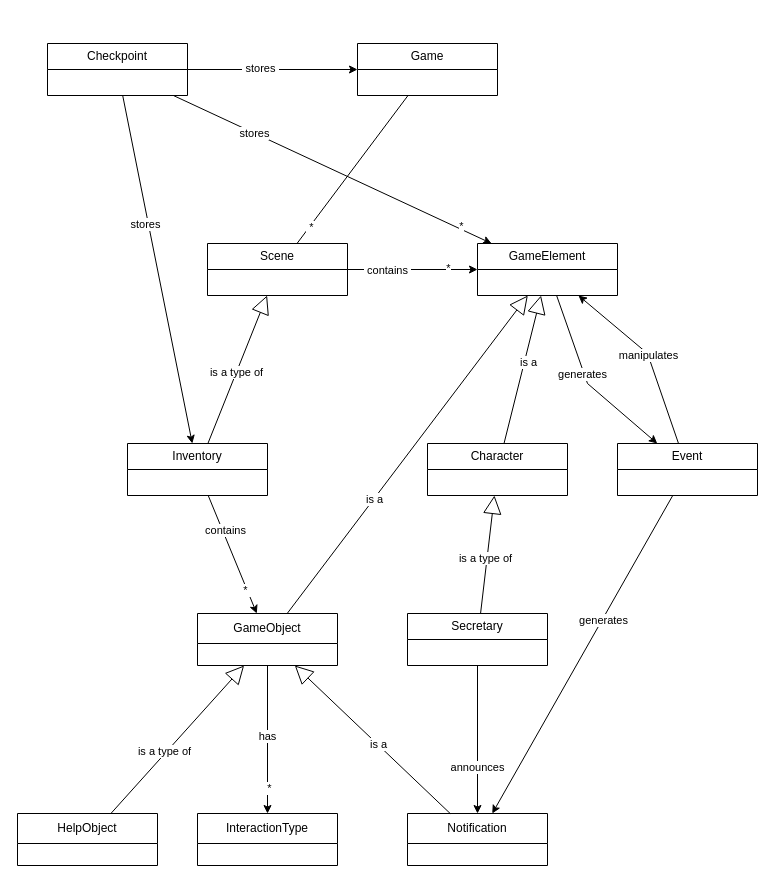
This is page "Domain Model" (1 of 6) of domain-model.drawio from Jesper-R/PA1460, a draw.io file, before an edit. Source tidied: cells renumbered, new cells numbered last; positions are measured from the earlier drawing's top-left corner, leaving out a move shared by most shapes. Both pictures are drawn from the tidied source at 100%, with x=0, y=0 at pixel (17, 43).
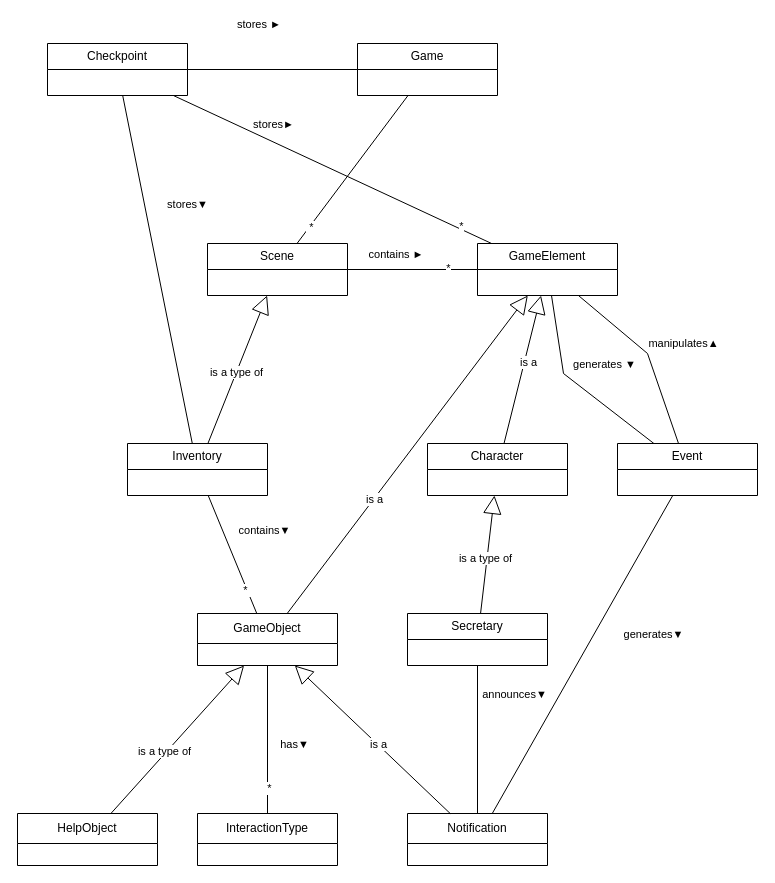
Above is the later version.

The change refers to these unchanged cells:
```xml
<mxCell id="9" value="Checkpoint" style="swimlane;fontStyle=0;horizontal=1;startSize=26;fillColor=none;whiteSpace=wrap;html=1;" parent="1" vertex="1">
  <mxGeometry x="30" width="140" height="52" as="geometry" />
</mxCell>
<mxCell id="10" value="Game" style="swimlane;fontStyle=0;horizontal=1;startSize=26;fillColor=none;whiteSpace=wrap;html=1;" parent="1" vertex="1">
  <mxGeometry x="340" width="140" height="52" as="geometry" />
</mxCell>
<mxCell id="14" value="Scene" style="swimlane;fontStyle=0;horizontal=1;startSize=26;fillColor=none;whiteSpace=wrap;html=1;" parent="1" vertex="1">
  <mxGeometry x="190" y="200" width="140" height="52" as="geometry" />
</mxCell>
<mxCell id="17" value="GameElement" style="swimlane;fontStyle=0;horizontal=1;startSize=26;fillColor=none;whiteSpace=wrap;html=1;" parent="1" vertex="1">
  <mxGeometry x="460" y="200" width="140" height="52" as="geometry" />
</mxCell>
<mxCell id="21" value="Event" style="swimlane;fontStyle=0;horizontal=1;startSize=26;fillColor=none;whiteSpace=wrap;html=1;" parent="1" vertex="1">
  <mxGeometry x="600" y="400" width="140" height="52" as="geometry" />
</mxCell>
<mxCell id="26" value="Inventory" style="swimlane;fontStyle=0;horizontal=1;startSize=26;fillColor=none;whiteSpace=wrap;html=1;" parent="1" vertex="1">
  <mxGeometry x="110" y="400" width="140" height="52" as="geometry" />
</mxCell>
<mxCell id="29" value="Secretary" style="swimlane;fontStyle=0;horizontal=1;startSize=26;fillColor=none;whiteSpace=wrap;html=1;" parent="1" vertex="1">
  <mxGeometry x="390" y="570" width="140" height="52" as="geometry" />
</mxCell>
<mxCell id="33" value="GameObject" style="swimlane;fontStyle=0;horizontal=1;startSize=30;fillColor=none;whiteSpace=wrap;html=1;" parent="1" vertex="1">
  <mxGeometry x="180" y="570" width="140" height="52" as="geometry" />
</mxCell>
<mxCell id="35" value="InteractionType" style="swimlane;fontStyle=0;horizontal=1;startSize=30;fillColor=none;whiteSpace=wrap;html=1;" parent="1" vertex="1">
  <mxGeometry x="180" y="770" width="140" height="52" as="geometry" />
</mxCell>
<mxCell id="36" value="Notification" style="swimlane;fontStyle=0;horizontal=1;startSize=30;fillColor=none;whiteSpace=wrap;html=1;" parent="1" vertex="1">
  <mxGeometry x="390" y="770" width="140" height="52" as="geometry" />
</mxCell>
```

The edit, as a diff of the source:
```diff
@@
-    <mxCell id="2" style="rounded=0;jettySize=auto;html=1;" parent="1" edge="1" source="9" target="17">
+    <mxCell id="2" style="rounded=0;jettySize=auto;html=1;endArrow=none;startFill=0;" parent="1" edge="1" source="9" target="17">
       <mxGeometry relative="1" as="geometry" />
     </mxCell>
@@
-    <mxCell id="4" value="stores" style="edgeLabel;html=1;align=center;verticalAlign=middle;" parent="2" vertex="1">
+    <mxCell id="4" value="stores►" style="edgeLabel;html=1;align=center;verticalAlign=middle;" parent="2" vertex="1">
       <mxGeometry x="-0.5" relative="1" as="geometry">
-        <mxPoint x="1" as="offset" />
+        <mxPoint x="20" y="-9" as="offset" />
       </mxGeometry>
     </mxCell>
-    <mxCell id="5" style="rounded=0;jettySize=auto;html=1;" parent="1" edge="1" source="9" target="26">
+    <mxCell id="5" style="rounded=0;jettySize=auto;html=1;endArrow=none;startFill=0;" parent="1" edge="1" source="9" target="26">
       <mxGeometry relative="1" as="geometry" />
     </mxCell>
-    <mxCell id="6" value="stores" style="edgeLabel;html=1;align=center;verticalAlign=middle;" parent="5" vertex="1">
-      <mxGeometry x="-0.27" y="-3" relative="1" as="geometry" />
+    <mxCell id="6" value="stores▼" style="edgeLabel;html=1;align=center;verticalAlign=middle;" parent="5" vertex="1">
+      <mxGeometry x="-0.27" y="-3" relative="1" as="geometry">
+        <mxPoint x="42" y="-20" as="offset" />
+      </mxGeometry>
     </mxCell>
-    <mxCell id="7" style="edgeStyle=orthogonalEdgeStyle;rounded=0;jettySize=auto;html=1;" parent="1" edge="1" source="9" target="10">
+    <mxCell id="7" style="edgeStyle=orthogonalEdgeStyle;rounded=0;jettySize=auto;html=1;endArrow=none;startFill=0;" parent="1" edge="1" source="9" target="10">
       <mxGeometry relative="1" as="geometry" />
     </mxCell>
-    <mxCell id="8" value="&amp;nbsp;stores&amp;nbsp;" style="edgeLabel;html=1;align=center;verticalAlign=middle;" parent="7" vertex="1">
-      <mxGeometry x="-0.15" y="2" relative="1" as="geometry" />
+    <mxCell id="8" value="stores&amp;nbsp;►&amp;nbsp;" style="edgeLabel;html=1;align=center;verticalAlign=middle;" parent="7" vertex="1">
+      <mxGeometry x="-0.15" y="2" relative="1" as="geometry">
+        <mxPoint y="-44" as="offset" />
+      </mxGeometry>
     </mxCell>
@@
-    <mxCell id="11" style="edgeStyle=orthogonalEdgeStyle;rounded=0;jettySize=auto;html=1;" parent="1" edge="1" source="14" target="17">
+    <mxCell id="11" style="edgeStyle=orthogonalEdgeStyle;rounded=0;jettySize=auto;html=1;endArrow=none;startFill=0;" parent="1" edge="1" source="14" target="17">
       <mxGeometry relative="1" as="geometry" />
     </mxCell>
@@
-    <mxCell id="13" value="&amp;nbsp;contains&amp;nbsp;" style="edgeLabel;html=1;align=center;verticalAlign=middle;" parent="11" vertex="1">
-      <mxGeometry x="-0.4" relative="1" as="geometry" />
+    <mxCell id="13" value="&amp;nbsp;contains&amp;nbsp;►" style="edgeLabel;html=1;align=center;verticalAlign=middle;" parent="11" vertex="1">
+      <mxGeometry x="-0.4" relative="1" as="geometry">
+        <mxPoint x="7" y="-16" as="offset" />
+      </mxGeometry>
     </mxCell>
@@
-    <mxCell id="15" style="rounded=0;jettySize=auto;html=1;" parent="1" edge="1" source="17" target="21">
+    <mxCell id="15" style="rounded=0;jettySize=auto;html=1;endArrow=none;startFill=0;" parent="1" edge="1" source="17" target="21">
       <mxGeometry relative="1" as="geometry">
         <Array as="points">
-          <mxPoint x="570" y="340" />
+          <mxPoint x="546" y="330" />
         </Array>
       </mxGeometry>
     </mxCell>
-    <mxCell id="16" value="generates" style="edgeLabel;html=1;align=center;verticalAlign=middle;" parent="15" vertex="1">
-      <mxGeometry x="-0.1" y="-2" relative="1" as="geometry" />
+    <mxCell id="16" value="generates&amp;nbsp;▼" style="edgeLabel;html=1;align=center;verticalAlign=middle;" parent="15" vertex="1">
+      <mxGeometry x="-0.1" y="-2" relative="1" as="geometry">
+        <mxPoint x="35" y="-16" as="offset" />
+      </mxGeometry>
     </mxCell>
@@
-    <mxCell id="18" style="rounded=0;jettySize=auto;html=1;" parent="1" edge="1" source="21" target="36">
+    <mxCell id="18" style="rounded=0;jettySize=auto;html=1;endArrow=none;startFill=0;" parent="1" edge="1" source="21" target="36">
       <mxGeometry relative="1" as="geometry" />
     </mxCell>
-    <mxCell id="19" value="generates" style="edgeLabel;html=1;align=center;verticalAlign=middle;" parent="18" vertex="1">
-      <mxGeometry x="-0.22" y="1" relative="1" as="geometry" />
+    <mxCell id="19" value="generates▼" style="edgeLabel;html=1;align=center;verticalAlign=middle;" parent="18" vertex="1">
+      <mxGeometry x="-0.22" y="1" relative="1" as="geometry">
+        <mxPoint x="50" y="14" as="offset" />
+      </mxGeometry>
     </mxCell>
-    <mxCell id="20" value="manipulates" style="rounded=0;jettySize=auto;html=1;" parent="1" edge="1" source="21" target="17">
-      <mxGeometry relative="1" as="geometry">
+    <mxCell id="20" value="manipulates▲" style="rounded=0;jettySize=auto;html=1;endArrow=none;startFill=0;" parent="1" edge="1" source="21" target="17">
+      <mxGeometry y="-37" relative="1" as="geometry">
         <Array as="points">
           <mxPoint x="630" y="310" />
         </Array>
       </mxGeometry>
     </mxCell>
@@
-    <mxCell id="23" style="rounded=0;jettySize=auto;html=1;" parent="1" edge="1" source="26" target="33">
+    <mxCell id="23" style="rounded=0;jettySize=auto;html=1;endArrow=none;startFill=0;" parent="1" edge="1" source="26" target="33">
       <mxGeometry relative="1" as="geometry" />
     </mxCell>
@@
-    <mxCell id="25" value="contains" style="edgeLabel;html=1;align=center;verticalAlign=middle;" parent="23" vertex="1">
-      <mxGeometry x="-0.41" y="2" relative="1" as="geometry" />
+    <mxCell id="25" value="contains▼" style="edgeLabel;html=1;align=center;verticalAlign=middle;" parent="23" vertex="1">
+      <mxGeometry x="-0.41" y="2" relative="1" as="geometry">
+        <mxPoint x="39" as="offset" />
+      </mxGeometry>
     </mxCell>
@@
-    <mxCell id="27" style="edgeStyle=orthogonalEdgeStyle;rounded=0;jettySize=auto;html=1;" parent="1" edge="1" source="29" target="36">
+    <mxCell id="27" style="edgeStyle=orthogonalEdgeStyle;rounded=0;jettySize=auto;html=1;endArrow=none;startFill=0;" parent="1" edge="1" source="29" target="36">
       <mxGeometry relative="1" as="geometry" />
     </mxCell>
-    <mxCell id="28" value="announces" style="edgeLabel;html=1;align=center;verticalAlign=middle;" parent="27" vertex="1">
-      <mxGeometry x="0.36" y="-1" relative="1" as="geometry" />
+    <mxCell id="28" value="announces▼" style="edgeLabel;html=1;align=center;verticalAlign=middle;" parent="27" vertex="1">
+      <mxGeometry x="0.36" y="-1" relative="1" as="geometry">
+        <mxPoint x="37" y="-73" as="offset" />
+      </mxGeometry>
     </mxCell>
@@
-    <mxCell id="30" style="edgeStyle=orthogonalEdgeStyle;rounded=0;jettySize=auto;html=1;" parent="1" edge="1" source="33" target="35">
+    <mxCell id="30" style="edgeStyle=orthogonalEdgeStyle;rounded=0;jettySize=auto;html=1;endArrow=none;startFill=0;" parent="1" edge="1" source="33" target="35">
       <mxGeometry relative="1" as="geometry" />
     </mxCell>
@@
-    <mxCell id="32" value="has" style="edgeLabel;html=1;align=center;verticalAlign=middle;" parent="30" vertex="1">
-      <mxGeometry x="-0.05" y="-1" relative="1" as="geometry" />
+    <mxCell id="32" value="has▼" style="edgeLabel;html=1;align=center;verticalAlign=middle;" parent="30" vertex="1">
+      <mxGeometry x="-0.05" y="-1" relative="1" as="geometry">
+        <mxPoint x="27" y="8" as="offset" />
+      </mxGeometry>
     </mxCell>
```
